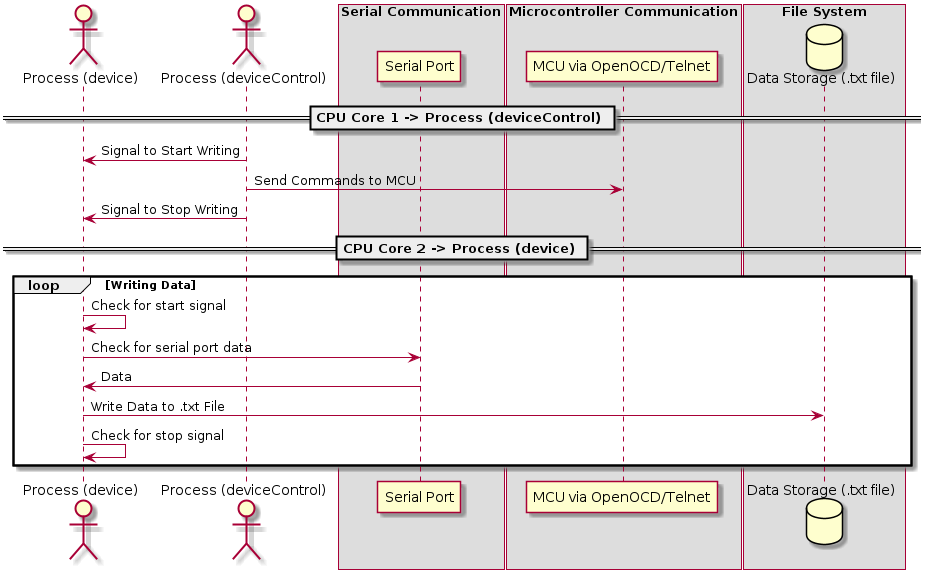
Above: figures/improved_process_design.png in ASherjil/Final-year-dissertation (PlantUML), before the change.
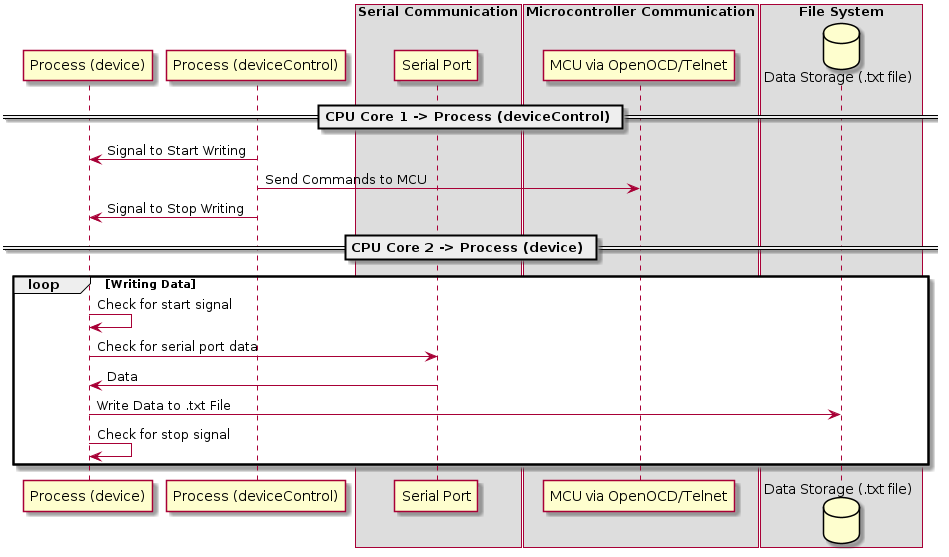
Later version of the same file.

Commit message:
Improved methodology section

What changed in the source:
```diff
@@ -1,7 +1,7 @@
 @startuml
 
-actor "Process (device)" as A
-actor "Process (deviceControl)" as B
+participant "Process (device)" as A
+participant "Process (deviceControl)" as B
 
 box "Serial Communication"
 participant "Serial Port" as Serial
```
